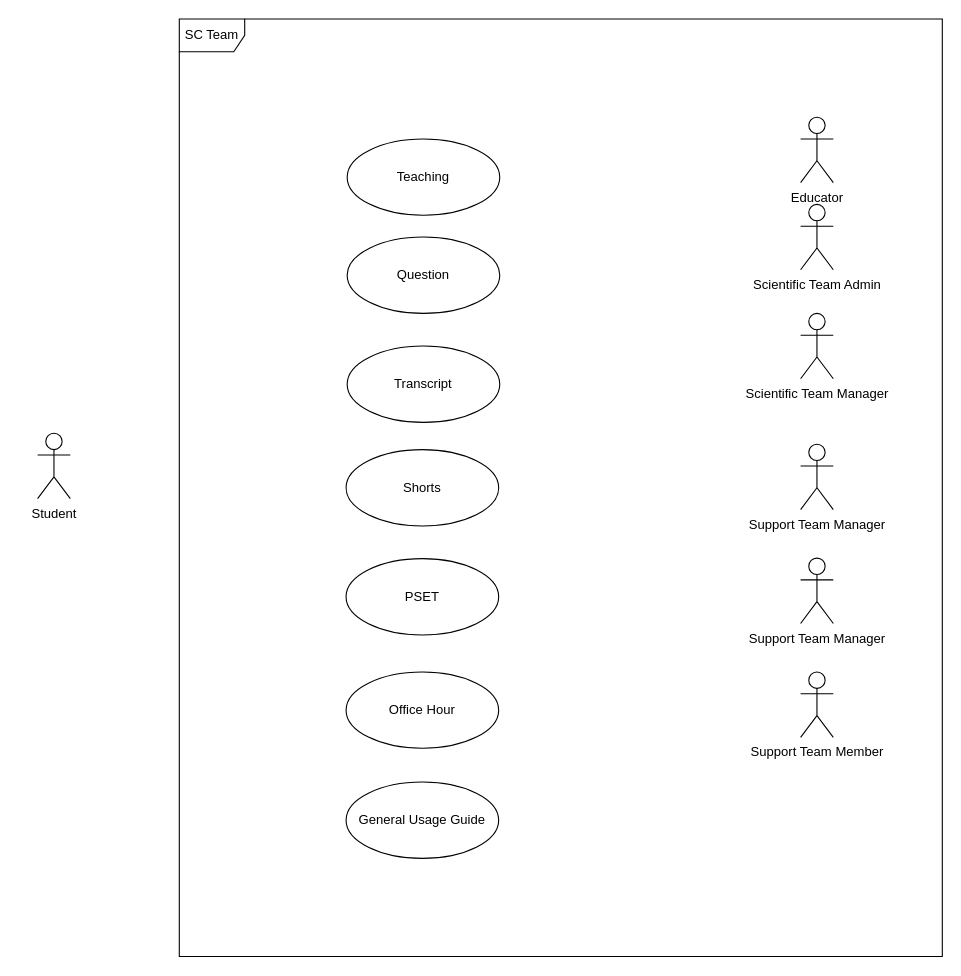
The draw.io diagram xFlow.drawio in Knightsepehr/flowchartz, before the edit. Source tidied: cells renumbered, new cells numbered last; positions are measured from the earlier drawing's top-left corner, leaving out a move shared by most shapes. Both pictures are drawn from the tidied source at 109%, with x=0, y=0 at pixel (37, 19).
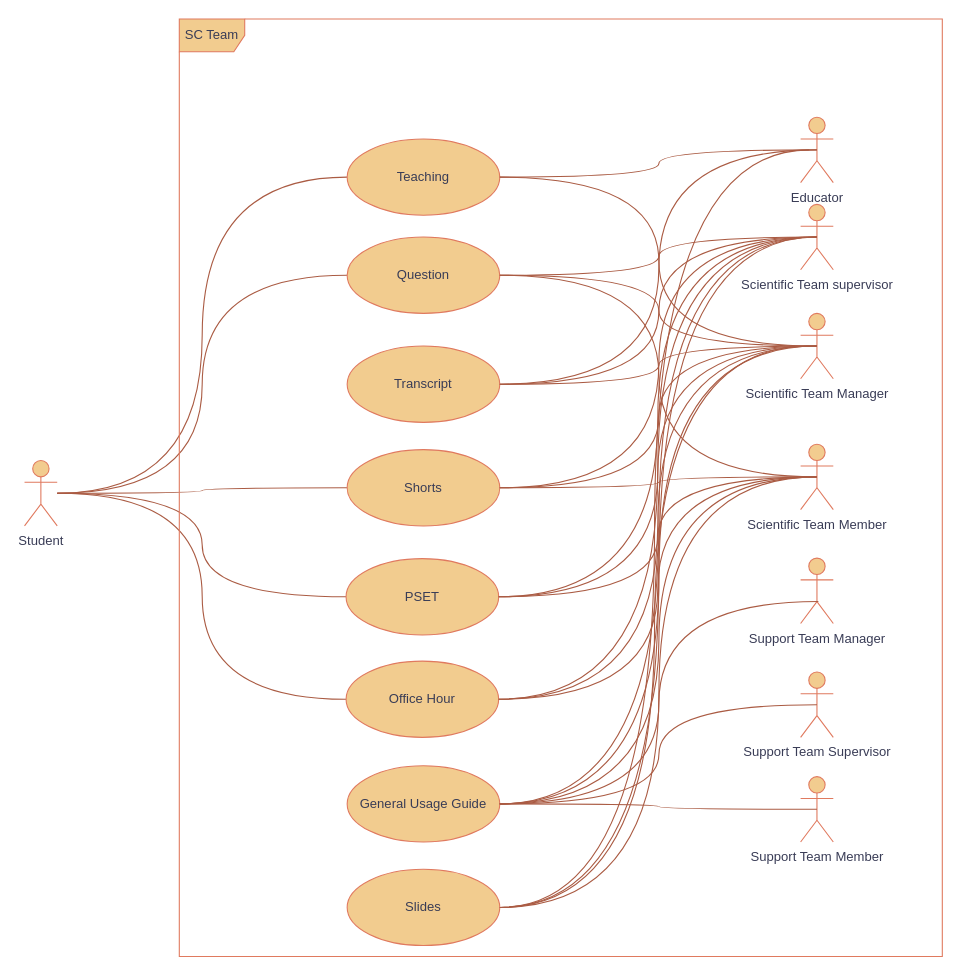
The same diagram, later.

Change to the diagram source:
```diff
@@
+    <mxCell id="17" style="edgeStyle=elbowEdgeStyle;shape=connector;curved=1;rounded=0;jumpStyle=arc;jettySize=auto;html=1;shadow=0;strokeColor=#aa5b43;align=center;verticalAlign=middle;fontFamily=Helvetica;fontSize=11;fontColor=default;labelBackgroundColor=default;endArrow=none;endFill=0;flowAnimation=0;" parent="1" edge="1" source="2" target="14">
+      <mxGeometry relative="1" as="geometry" />
+    </mxCell>
+    <mxCell id="18" style="edgeStyle=elbowEdgeStyle;shape=connector;curved=1;rounded=0;jumpStyle=arc;jettySize=auto;html=1;shadow=0;strokeColor=#aa5b43;align=center;verticalAlign=middle;fontFamily=Helvetica;fontSize=11;fontColor=default;labelBackgroundColor=default;endArrow=none;endFill=0;flowAnimation=0;" parent="1" edge="1" source="2" target="8">
+      <mxGeometry relative="1" as="geometry" />
+    </mxCell>
+    <mxCell id="19" style="edgeStyle=elbowEdgeStyle;shape=connector;curved=1;rounded=0;jumpStyle=arc;jettySize=auto;html=1;shadow=0;strokeColor=#aa5b43;align=center;verticalAlign=middle;fontFamily=Helvetica;fontSize=11;fontColor=default;labelBackgroundColor=default;endArrow=none;endFill=0;flowAnimation=0;" parent="1" edge="1" source="2" target="12">
+      <mxGeometry relative="1" as="geometry" />
+    </mxCell>
+    <mxCell id="20" style="edgeStyle=elbowEdgeStyle;shape=connector;curved=1;rounded=0;jumpStyle=arc;jettySize=auto;html=1;shadow=0;strokeColor=#aa5b43;align=center;verticalAlign=middle;fontFamily=Helvetica;fontSize=11;fontColor=default;labelBackgroundColor=default;endArrow=none;endFill=0;flowAnimation=0;" parent="1" edge="1" source="2" target="10">
+      <mxGeometry relative="1" as="geometry" />
+    </mxCell>
+    <mxCell id="21" style="edgeStyle=elbowEdgeStyle;shape=connector;curved=1;rounded=0;jumpStyle=arc;jettySize=auto;html=1;shadow=0;strokeColor=#aa5b43;align=center;verticalAlign=middle;fontFamily=Helvetica;fontSize=11;fontColor=default;labelBackgroundColor=default;endArrow=none;endFill=0;flowAnimation=0;" parent="1" edge="1" source="2" target="11">
+      <mxGeometry relative="1" as="geometry" />
+    </mxCell>
-    <mxCell id="2" value="Student" style="shape=umlActor;verticalLabelPosition=bottom;verticalAlign=top;html=1;" parent="1" vertex="1">
-      <mxGeometry y="380" width="30" height="60" as="geometry" />
+    <mxCell id="2" value="Student" style="shape=umlActor;verticalLabelPosition=bottom;verticalAlign=top;html=1;labelBackgroundColor=none;fillColor=#F2CC8F;strokeColor=#E07A5F;fontColor=#393C56;rounded=1;" parent="1" vertex="1">
+      <mxGeometry x="-12" y="405" width="30" height="60" as="geometry" />
     </mxCell>
-    <mxCell id="3" value="Educator" style="shape=umlActor;verticalLabelPosition=bottom;verticalAlign=top;html=1;" parent="1" vertex="1">
+    <mxCell id="3" value="Educator" style="shape=umlActor;verticalLabelPosition=bottom;verticalAlign=top;html=1;labelBackgroundColor=none;fillColor=#F2CC8F;strokeColor=#E07A5F;fontColor=#393C56;rounded=1;" parent="1" vertex="1">
       <mxGeometry x="700" y="90" width="30" height="60" as="geometry" />
     </mxCell>
-    <mxCell id="4" value="Support Team Member" style="shape=umlActor;verticalLabelPosition=bottom;verticalAlign=top;html=1;" parent="1" vertex="1">
-      <mxGeometry x="700" y="599" width="30" height="60" as="geometry" />
+    <mxCell id="4" value="Support Team Member" style="shape=umlActor;verticalLabelPosition=bottom;verticalAlign=top;html=1;labelBackgroundColor=none;fillColor=#F2CC8F;strokeColor=#E07A5F;fontColor=#393C56;rounded=1;" parent="1" vertex="1">
+      <mxGeometry x="700" y="695" width="30" height="60" as="geometry" />
     </mxCell>
-    <mxCell id="5" value="Scientific Team Manager" style="shape=umlActor;verticalLabelPosition=bottom;verticalAlign=top;html=1;" parent="1" vertex="1">
+    <mxCell id="5" value="Scientific Team Manager" style="shape=umlActor;verticalLabelPosition=bottom;verticalAlign=top;html=1;labelBackgroundColor=none;fillColor=#F2CC8F;strokeColor=#E07A5F;fontColor=#393C56;rounded=1;" parent="1" vertex="1">
       <mxGeometry x="700" y="270" width="30" height="60" as="geometry" />
     </mxCell>
-    <mxCell id="6" value="Scientific Team Admin" style="shape=umlActor;verticalLabelPosition=bottom;verticalAlign=top;html=1;" parent="1" vertex="1">
+    <mxCell id="6" value="Scientific Team supervisor" style="shape=umlActor;verticalLabelPosition=bottom;verticalAlign=top;html=1;labelBackgroundColor=none;fillColor=#F2CC8F;strokeColor=#E07A5F;fontColor=#393C56;rounded=1;" parent="1" vertex="1">
       <mxGeometry x="700" y="170" width="30" height="60" as="geometry" />
     </mxCell>
-    <mxCell id="7" value="Support Team Manager" style="shape=umlActor;verticalLabelPosition=bottom;verticalAlign=top;html=1;" parent="1" vertex="1">
+    <mxCell id="7" value="Scientific Team Member" style="shape=umlActor;verticalLabelPosition=bottom;verticalAlign=top;html=1;labelBackgroundColor=none;fillColor=#F2CC8F;strokeColor=#E07A5F;fontColor=#393C56;rounded=1;" parent="1" vertex="1">
       <mxGeometry x="700" y="390" width="30" height="60" as="geometry" />
     </mxCell>
-    <mxCell id="8" value="Question" style="ellipse;whiteSpace=wrap;html=1;" parent="1" vertex="1">
+    <mxCell id="8" value="Question" style="ellipse;whiteSpace=wrap;html=1;labelBackgroundColor=none;fillColor=#F2CC8F;strokeColor=#E07A5F;fontColor=#393C56;rounded=1;" parent="1" vertex="1">
       <mxGeometry x="284" y="200" width="140" height="70" as="geometry" />
     </mxCell>
-    <mxCell id="9" value="Transcript" style="ellipse;whiteSpace=wrap;html=1;" parent="1" vertex="1">
+    <mxCell id="9" value="Transcript" style="ellipse;whiteSpace=wrap;html=1;labelBackgroundColor=none;fillColor=#F2CC8F;strokeColor=#E07A5F;fontColor=#393C56;rounded=1;" parent="1" vertex="1">
       <mxGeometry x="284" y="300" width="140" height="70" as="geometry" />
     </mxCell>
-    <mxCell id="10" value="Shorts" style="ellipse;whiteSpace=wrap;html=1;" parent="1" vertex="1">
-      <mxGeometry x="283" y="395" width="140" height="70" as="geometry" />
+    <mxCell id="10" value="Shorts" style="ellipse;whiteSpace=wrap;html=1;labelBackgroundColor=none;fillColor=#F2CC8F;strokeColor=#E07A5F;fontColor=#393C56;rounded=1;" parent="1" vertex="1">
+      <mxGeometry x="284" y="395" width="140" height="70" as="geometry" />
     </mxCell>
-    <mxCell id="11" value="PSET" style="ellipse;whiteSpace=wrap;html=1;" parent="1" vertex="1">
+    <mxCell id="11" value="PSET" style="ellipse;whiteSpace=wrap;html=1;labelBackgroundColor=none;fillColor=#F2CC8F;strokeColor=#E07A5F;fontColor=#393C56;rounded=1;" parent="1" vertex="1">
       <mxGeometry x="283" y="495" width="140" height="70" as="geometry" />
     </mxCell>
-    <mxCell id="12" value="Office Hour" style="ellipse;whiteSpace=wrap;html=1;" parent="1" vertex="1">
-      <mxGeometry x="283" y="599" width="140" height="70" as="geometry" />
+    <mxCell id="12" value="Office Hour" style="ellipse;whiteSpace=wrap;html=1;labelBackgroundColor=none;fillColor=#F2CC8F;strokeColor=#E07A5F;fontColor=#393C56;rounded=1;" parent="1" vertex="1">
+      <mxGeometry x="283" y="589" width="140" height="70" as="geometry" />
     </mxCell>
-    <mxCell id="13" value="General Usage Guide" style="ellipse;whiteSpace=wrap;html=1;" parent="1" vertex="1">
-      <mxGeometry x="283" y="700" width="140" height="70" as="geometry" />
+    <mxCell id="13" value="General Usage Guide" style="ellipse;whiteSpace=wrap;html=1;labelBackgroundColor=none;fillColor=#F2CC8F;strokeColor=#E07A5F;fontColor=#393C56;rounded=1;" parent="1" vertex="1">
+      <mxGeometry x="284" y="685" width="140" height="70" as="geometry" />
     </mxCell>
-    <mxCell id="14" value="Teaching" style="ellipse;whiteSpace=wrap;html=1;" parent="1" vertex="1">
+    <mxCell id="14" value="Teaching" style="ellipse;whiteSpace=wrap;html=1;labelBackgroundColor=none;fillColor=#F2CC8F;strokeColor=#E07A5F;fontColor=#393C56;rounded=1;" parent="1" vertex="1">
       <mxGeometry x="284" y="110" width="140" height="70" as="geometry" />
     </mxCell>
-    <mxCell id="15" value="SC Team" style="shape=umlFrame;whiteSpace=wrap;html=1;" parent="1" vertex="1">
+    <mxCell id="15" value="SC Team" style="shape=umlFrame;whiteSpace=wrap;html=1;labelBackgroundColor=none;fillColor=#F2CC8F;strokeColor=#E07A5F;fontColor=#393C56;rounded=1;" parent="1" vertex="1">
       <mxGeometry x="130" width="700" height="860" as="geometry" />
     </mxCell>
-    <mxCell id="16" value="Support Team Manager" style="shape=umlActor;verticalLabelPosition=bottom;verticalAlign=top;html=1;" parent="1" vertex="1">
+    <mxCell id="16" value="Support Team Manager" style="shape=umlActor;verticalLabelPosition=bottom;verticalAlign=top;html=1;labelBackgroundColor=none;fillColor=#F2CC8F;strokeColor=#E07A5F;fontColor=#393C56;rounded=1;" parent="1" vertex="1">
       <mxGeometry x="700" y="494.5" width="30" height="60" as="geometry" />
     </mxCell>
+    <mxCell id="22" style="edgeStyle=elbowEdgeStyle;rounded=0;jettySize=auto;html=1;entryX=0.5;entryY=0.5;entryDx=0;entryDy=0;entryPerimeter=0;jumpStyle=arc;shadow=0;flowAnimation=0;curved=1;strokeColor=#aa5b43;endArrow=none;endFill=0;" parent="1" edge="1" source="9" target="3">
+      <mxGeometry relative="1" as="geometry" />
+    </mxCell>
+    <mxCell id="23" style="edgeStyle=elbowEdgeStyle;shape=connector;curved=1;rounded=0;jumpStyle=arc;jettySize=auto;html=1;entryX=0.5;entryY=0.5;entryDx=0;entryDy=0;entryPerimeter=0;shadow=0;strokeColor=#aa5b43;align=center;verticalAlign=middle;fontFamily=Helvetica;fontSize=11;fontColor=default;labelBackgroundColor=default;endArrow=none;endFill=0;flowAnimation=0;" parent="1" edge="1" source="14" target="3">
+      <mxGeometry relative="1" as="geometry" />
+    </mxCell>
+    <mxCell id="24" style="edgeStyle=elbowEdgeStyle;shape=connector;curved=1;rounded=0;jumpStyle=arc;jettySize=auto;html=1;entryX=0.5;entryY=0.5;entryDx=0;entryDy=0;entryPerimeter=0;shadow=0;strokeColor=#aa5b43;align=center;verticalAlign=middle;fontFamily=Helvetica;fontSize=11;fontColor=default;labelBackgroundColor=default;endArrow=none;endFill=0;flowAnimation=0;" parent="1" edge="1" source="14" target="5">
+      <mxGeometry relative="1" as="geometry" />
+    </mxCell>
+    <mxCell id="25" style="edgeStyle=elbowEdgeStyle;shape=connector;curved=1;rounded=0;jumpStyle=arc;jettySize=auto;html=1;entryX=0.5;entryY=0.5;entryDx=0;entryDy=0;entryPerimeter=0;shadow=0;strokeColor=#aa5b43;align=center;verticalAlign=middle;fontFamily=Helvetica;fontSize=11;fontColor=default;labelBackgroundColor=default;endArrow=none;endFill=0;flowAnimation=0;" parent="1" edge="1" source="8" target="5">
+      <mxGeometry relative="1" as="geometry" />
+    </mxCell>
+    <mxCell id="26" style="edgeStyle=elbowEdgeStyle;shape=connector;curved=1;rounded=0;jumpStyle=arc;jettySize=auto;html=1;entryX=0.5;entryY=0.5;entryDx=0;entryDy=0;entryPerimeter=0;shadow=0;strokeColor=#aa5b43;align=center;verticalAlign=middle;fontFamily=Helvetica;fontSize=11;fontColor=default;labelBackgroundColor=default;endArrow=none;endFill=0;flowAnimation=0;" parent="1" edge="1" source="9" target="5">
+      <mxGeometry relative="1" as="geometry" />
+    </mxCell>
+    <mxCell id="27" style="edgeStyle=elbowEdgeStyle;shape=connector;curved=1;rounded=0;jumpStyle=arc;jettySize=auto;html=1;entryX=0.5;entryY=0.5;entryDx=0;entryDy=0;entryPerimeter=0;shadow=0;strokeColor=#aa5b43;align=center;verticalAlign=middle;fontFamily=Helvetica;fontSize=11;fontColor=default;labelBackgroundColor=default;endArrow=none;endFill=0;flowAnimation=0;" parent="1" edge="1" source="10" target="5">
+      <mxGeometry relative="1" as="geometry" />
+    </mxCell>
+    <mxCell id="28" style="edgeStyle=elbowEdgeStyle;shape=connector;curved=1;rounded=0;jumpStyle=arc;jettySize=auto;html=1;entryX=0.5;entryY=0.5;entryDx=0;entryDy=0;entryPerimeter=0;shadow=0;strokeColor=#aa5b43;align=center;verticalAlign=middle;fontFamily=Helvetica;fontSize=11;fontColor=default;labelBackgroundColor=default;endArrow=none;endFill=0;flowAnimation=0;" parent="1" edge="1" source="11" target="5">
+      <mxGeometry relative="1" as="geometry" />
+    </mxCell>
+    <mxCell id="29" style="edgeStyle=elbowEdgeStyle;shape=connector;curved=1;rounded=0;jumpStyle=arc;jettySize=auto;html=1;entryX=0.5;entryY=0.5;entryDx=0;entryDy=0;entryPerimeter=0;shadow=0;strokeColor=#aa5b43;align=center;verticalAlign=middle;fontFamily=Helvetica;fontSize=11;fontColor=default;labelBackgroundColor=default;endArrow=none;endFill=0;flowAnimation=0;" parent="1" edge="1" source="12" target="5">
+      <mxGeometry relative="1" as="geometry" />
+    </mxCell>
+    <mxCell id="30" style="edgeStyle=elbowEdgeStyle;shape=connector;curved=1;rounded=0;jumpStyle=arc;jettySize=auto;html=1;entryX=0.5;entryY=0.5;entryDx=0;entryDy=0;entryPerimeter=0;shadow=0;strokeColor=#aa5b43;align=center;verticalAlign=middle;fontFamily=Helvetica;fontSize=11;fontColor=default;labelBackgroundColor=default;endArrow=none;endFill=0;flowAnimation=0;" parent="1" edge="1" source="13" target="5">
+      <mxGeometry relative="1" as="geometry" />
+    </mxCell>
+    <mxCell id="31" style="edgeStyle=elbowEdgeStyle;shape=connector;curved=1;rounded=0;jumpStyle=arc;jettySize=auto;html=1;entryX=0.5;entryY=0.5;entryDx=0;entryDy=0;entryPerimeter=0;shadow=0;strokeColor=#aa5b43;align=center;verticalAlign=middle;fontFamily=Helvetica;fontSize=11;fontColor=default;labelBackgroundColor=default;endArrow=none;endFill=0;flowAnimation=0;" parent="1" edge="1" source="8" target="6">
+      <mxGeometry relative="1" as="geometry" />
+    </mxCell>
+    <mxCell id="32" style="edgeStyle=elbowEdgeStyle;shape=connector;curved=1;rounded=0;jumpStyle=arc;jettySize=auto;html=1;entryX=0.5;entryY=0.5;entryDx=0;entryDy=0;entryPerimeter=0;shadow=0;strokeColor=#aa5b43;align=center;verticalAlign=middle;fontFamily=Helvetica;fontSize=11;fontColor=default;labelBackgroundColor=default;endArrow=none;endFill=0;flowAnimation=0;" parent="1" edge="1" source="9" target="6">
+      <mxGeometry relative="1" as="geometry" />
+    </mxCell>
+    <mxCell id="33" style="edgeStyle=elbowEdgeStyle;shape=connector;curved=1;rounded=0;jumpStyle=arc;jettySize=auto;html=1;entryX=0.5;entryY=0.5;entryDx=0;entryDy=0;entryPerimeter=0;shadow=0;strokeColor=#aa5b43;align=center;verticalAlign=middle;fontFamily=Helvetica;fontSize=11;fontColor=default;labelBackgroundColor=default;endArrow=none;endFill=0;flowAnimation=0;" parent="1" edge="1" source="10" target="6">
+      <mxGeometry relative="1" as="geometry" />
+    </mxCell>
+    <mxCell id="34" style="edgeStyle=elbowEdgeStyle;shape=connector;curved=1;rounded=0;jumpStyle=arc;jettySize=auto;html=1;entryX=0.5;entryY=0.5;entryDx=0;entryDy=0;entryPerimeter=0;shadow=0;strokeColor=#aa5b43;align=center;verticalAlign=middle;fontFamily=Helvetica;fontSize=11;fontColor=default;labelBackgroundColor=default;endArrow=none;endFill=0;flowAnimation=0;" parent="1" edge="1" source="11" target="6">
+      <mxGeometry relative="1" as="geometry" />
+    </mxCell>
+    <mxCell id="35" style="edgeStyle=elbowEdgeStyle;shape=connector;curved=1;rounded=0;jumpStyle=arc;jettySize=auto;html=1;entryX=0.5;entryY=0.5;entryDx=0;entryDy=0;entryPerimeter=0;shadow=0;strokeColor=#aa5b43;align=center;verticalAlign=middle;fontFamily=Helvetica;fontSize=11;fontColor=default;labelBackgroundColor=default;endArrow=none;endFill=0;flowAnimation=0;" parent="1" edge="1" source="12" target="6">
+      <mxGeometry relative="1" as="geometry" />
+    </mxCell>
+    <mxCell id="36" style="edgeStyle=elbowEdgeStyle;shape=connector;curved=1;rounded=0;jumpStyle=arc;jettySize=auto;html=1;entryX=0.5;entryY=0.5;entryDx=0;entryDy=0;entryPerimeter=0;shadow=0;strokeColor=#aa5b43;align=center;verticalAlign=middle;fontFamily=Helvetica;fontSize=11;fontColor=default;labelBackgroundColor=default;endArrow=none;endFill=0;flowAnimation=0;" parent="1" edge="1" source="13" target="6">
+      <mxGeometry relative="1" as="geometry" />
+    </mxCell>
+    <mxCell id="37" style="edgeStyle=elbowEdgeStyle;shape=connector;curved=1;rounded=0;jumpStyle=arc;jettySize=auto;html=1;entryX=0.5;entryY=0.5;entryDx=0;entryDy=0;entryPerimeter=0;shadow=0;strokeColor=#aa5b43;align=center;verticalAlign=middle;fontFamily=Helvetica;fontSize=11;fontColor=default;labelBackgroundColor=default;endArrow=none;endFill=0;flowAnimation=0;" parent="1" edge="1" source="8" target="7">
+      <mxGeometry relative="1" as="geometry" />
+    </mxCell>
+    <mxCell id="38" style="edgeStyle=elbowEdgeStyle;shape=connector;curved=1;rounded=0;jumpStyle=arc;jettySize=auto;html=1;shadow=0;strokeColor=#aa5b43;align=center;verticalAlign=middle;fontFamily=Helvetica;fontSize=11;fontColor=default;labelBackgroundColor=default;endArrow=none;endFill=0;flowAnimation=0;" parent="1" edge="1" source="40">
+      <mxGeometry relative="1" as="geometry">
+        <mxPoint x="708" y="120" as="targetPoint" />
+      </mxGeometry>
+    </mxCell>
+    <mxCell id="39" style="edgeStyle=elbowEdgeStyle;shape=connector;curved=1;rounded=0;jumpStyle=arc;jettySize=auto;html=1;shadow=0;strokeColor=#aa5b43;align=center;verticalAlign=middle;fontFamily=Helvetica;fontSize=11;fontColor=default;labelBackgroundColor=default;endArrow=none;endFill=0;flowAnimation=0;" parent="1" edge="1" source="40">
+      <mxGeometry relative="1" as="geometry">
+        <mxPoint x="708" y="300" as="targetPoint" />
+      </mxGeometry>
+    </mxCell>
+    <mxCell id="40" value="Slides" style="ellipse;whiteSpace=wrap;html=1;labelBackgroundColor=none;fillColor=#F2CC8F;strokeColor=#E07A5F;fontColor=#393C56;rounded=1;" parent="1" vertex="1">
+      <mxGeometry x="284" y="780" width="140" height="70" as="geometry" />
+    </mxCell>
+    <mxCell id="41" style="edgeStyle=elbowEdgeStyle;shape=connector;curved=1;rounded=0;jumpStyle=arc;jettySize=auto;html=1;entryX=0.5;entryY=0.5;entryDx=0;entryDy=0;entryPerimeter=0;shadow=0;strokeColor=#aa5b43;align=center;verticalAlign=middle;fontFamily=Helvetica;fontSize=11;fontColor=default;labelBackgroundColor=default;endArrow=none;endFill=0;flowAnimation=0;" parent="1" edge="1" source="40" target="6">
+      <mxGeometry relative="1" as="geometry" />
+    </mxCell>
+    <mxCell id="42" style="edgeStyle=elbowEdgeStyle;shape=connector;curved=1;rounded=0;jumpStyle=arc;jettySize=auto;html=1;entryX=0.5;entryY=0.5;entryDx=0;entryDy=0;entryPerimeter=0;shadow=0;strokeColor=#aa5b43;align=center;verticalAlign=middle;fontFamily=Helvetica;fontSize=11;fontColor=default;labelBackgroundColor=default;endArrow=none;endFill=0;flowAnimation=0;" parent="1" edge="1" source="40" target="7">
+      <mxGeometry relative="1" as="geometry" />
+    </mxCell>
+    <mxCell id="43" value="Support Team Supervisor" style="shape=umlActor;verticalLabelPosition=bottom;verticalAlign=top;html=1;labelBackgroundColor=none;fillColor=#F2CC8F;strokeColor=#E07A5F;fontColor=#393C56;rounded=1;" parent="1" vertex="1">
+      <mxGeometry x="700" y="599" width="30" height="60" as="geometry" />
+    </mxCell>
+    <mxCell id="44" style="edgeStyle=elbowEdgeStyle;shape=connector;curved=1;rounded=0;jumpStyle=arc;jettySize=auto;html=1;entryX=0.5;entryY=0.5;entryDx=0;entryDy=0;entryPerimeter=0;shadow=0;strokeColor=#aa5b43;align=center;verticalAlign=middle;fontFamily=Helvetica;fontSize=11;fontColor=default;labelBackgroundColor=default;endArrow=none;endFill=0;flowAnimation=0;" parent="1" edge="1" source="10" target="7">
+      <mxGeometry relative="1" as="geometry" />
+    </mxCell>
+    <mxCell id="45" style="edgeStyle=elbowEdgeStyle;shape=connector;curved=1;rounded=0;jumpStyle=arc;jettySize=auto;html=1;entryX=0.5;entryY=0.5;entryDx=0;entryDy=0;entryPerimeter=0;shadow=0;strokeColor=#aa5b43;align=center;verticalAlign=middle;fontFamily=Helvetica;fontSize=11;fontColor=default;labelBackgroundColor=default;endArrow=none;endFill=0;flowAnimation=0;" parent="1" edge="1" source="11" target="7">
+      <mxGeometry relative="1" as="geometry" />
+    </mxCell>
+    <mxCell id="46" style="edgeStyle=elbowEdgeStyle;shape=connector;curved=1;rounded=0;jumpStyle=arc;jettySize=auto;html=1;entryX=0.5;entryY=0.5;entryDx=0;entryDy=0;entryPerimeter=0;shadow=0;strokeColor=#aa5b43;align=center;verticalAlign=middle;fontFamily=Helvetica;fontSize=11;fontColor=default;labelBackgroundColor=default;endArrow=none;endFill=0;flowAnimation=0;" parent="1" edge="1" source="12" target="7">
+      <mxGeometry relative="1" as="geometry" />
+    </mxCell>
+    <mxCell id="47" style="edgeStyle=elbowEdgeStyle;shape=connector;curved=1;rounded=0;jumpStyle=arc;jettySize=auto;html=1;entryX=0.5;entryY=0.5;entryDx=0;entryDy=0;entryPerimeter=0;shadow=0;strokeColor=#aa5b43;align=center;verticalAlign=middle;fontFamily=Helvetica;fontSize=11;fontColor=default;labelBackgroundColor=default;endArrow=none;endFill=0;flowAnimation=0;" parent="1" edge="1" source="13" target="7">
+      <mxGeometry relative="1" as="geometry" />
+    </mxCell>
+    <mxCell id="48" style="edgeStyle=elbowEdgeStyle;shape=connector;curved=1;rounded=0;jumpStyle=arc;jettySize=auto;html=1;entryX=0.543;entryY=0.664;entryDx=0;entryDy=0;entryPerimeter=0;shadow=0;strokeColor=#aa5b43;align=center;verticalAlign=middle;fontFamily=Helvetica;fontSize=11;fontColor=default;labelBackgroundColor=default;endArrow=none;endFill=0;flowAnimation=0;" parent="1" edge="1" source="13" target="16">
+      <mxGeometry relative="1" as="geometry" />
+    </mxCell>
+    <mxCell id="49" style="edgeStyle=elbowEdgeStyle;shape=connector;curved=1;rounded=0;jumpStyle=arc;jettySize=auto;html=1;entryX=0.5;entryY=0.5;entryDx=0;entryDy=0;entryPerimeter=0;shadow=0;strokeColor=#aa5b43;align=center;verticalAlign=middle;fontFamily=Helvetica;fontSize=11;fontColor=default;labelBackgroundColor=default;endArrow=none;endFill=0;flowAnimation=0;" parent="1" edge="1" source="13" target="43">
+      <mxGeometry relative="1" as="geometry" />
+    </mxCell>
+    <mxCell id="50" style="edgeStyle=elbowEdgeStyle;shape=connector;curved=1;rounded=0;jumpStyle=arc;jettySize=auto;html=1;entryX=0.5;entryY=0.5;entryDx=0;entryDy=0;entryPerimeter=0;shadow=0;strokeColor=#aa5b43;align=center;verticalAlign=middle;fontFamily=Helvetica;fontSize=11;fontColor=default;labelBackgroundColor=default;endArrow=none;endFill=0;flowAnimation=0;" parent="1" edge="1" source="13" target="4">
+      <mxGeometry relative="1" as="geometry" />
+    </mxCell>
```
